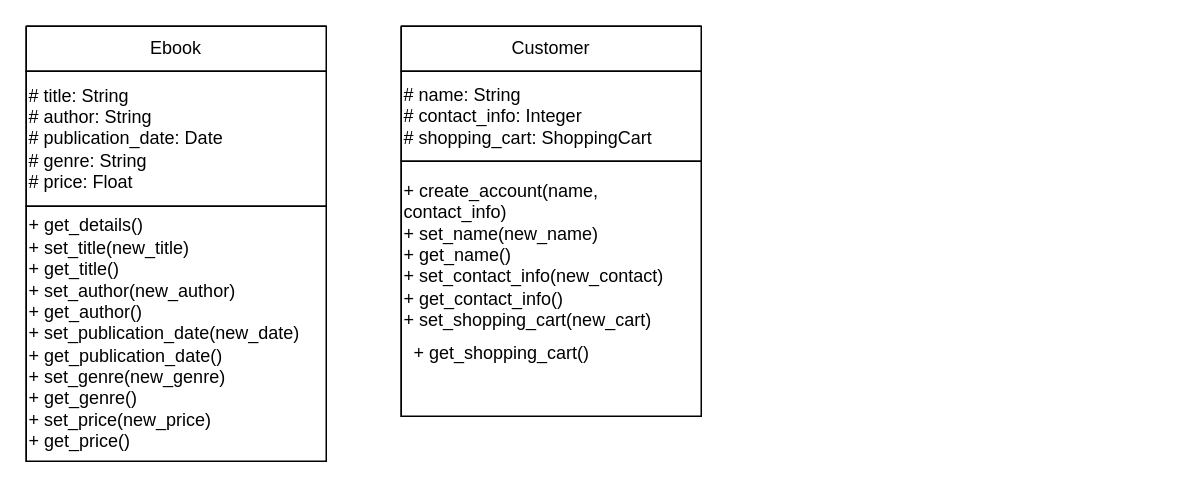
Above: A2 class 1.drawio in Ali-Ahmad-Hassan/assignment-2 (draw.io), before the change. Source tidied: cells renumbered, new cells numbered last; positions are measured from the earlier drawing's top-left corner, leaving out a move shared by most shapes. Both pictures are drawn from the tidied source at 150%, with x=0, y=0 at pixel (26, 26).
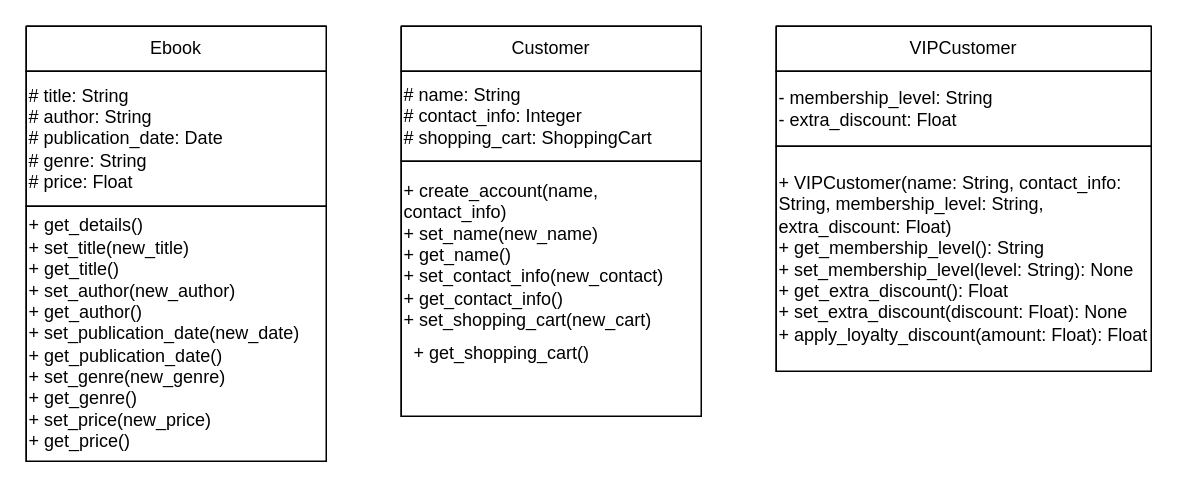
Above is the later version.

Change to the diagram source:
```diff
@@
 <mxGraphModel>
   <root>
     <mxCell id="0" />
     <mxCell id="1" parent="0" />
     <mxCell id="2" style="swimlane;startSize=0;" parent="1" vertex="1">
       <mxGeometry width="200" height="290" as="geometry" />
     </mxCell>
     <mxCell id="3" value="Ebook" style="rounded=0;whiteSpace=wrap;html=1;" parent="2" vertex="1">
       <mxGeometry width="200" height="30" as="geometry" />
     </mxCell>
     <mxCell id="4" value="# title: String&amp;nbsp;&lt;div&gt;# author: String&lt;/div&gt;&lt;div&gt;# publication_date: Date&lt;/div&gt;&lt;div&gt;# genre: String&lt;/div&gt;&lt;div&gt;# price: Float&lt;/div&gt;" style="rounded=0;whiteSpace=wrap;html=1;align=left;" parent="2" vertex="1">
       <mxGeometry y="30" width="200" height="90" as="geometry" />
     </mxCell>
     <mxCell id="5" value="&lt;font face=&quot;Helvetica&quot; style=&quot;font-size: 12px;&quot;&gt;+&amp;nbsp;&lt;span style=&quot;&quot; id=&quot;docs-internal-guid-1a1e6c46-7fff-6a24-c08f-9612e7744d96&quot;&gt;&lt;span style=&quot;background-color: transparent; font-variant-numeric: normal; font-variant-east-asian: normal; font-variant-alternates: normal; font-variant-position: normal; vertical-align: baseline; white-space-collapse: preserve;&quot;&gt;get_details()&lt;/span&gt;&lt;/span&gt;&lt;/font&gt;&lt;div style=&quot;&quot;&gt;&lt;font face=&quot;Helvetica&quot; style=&quot;font-size: 12px;&quot;&gt;&lt;span style=&quot;background-color: transparent; font-variant-numeric: normal; font-variant-east-asian: normal; font-variant-alternates: normal; font-variant-position: normal; vertical-align: baseline; white-space-collapse: preserve;&quot;&gt;+ &lt;/span&gt;&lt;span style=&quot;background-color: transparent; white-space-collapse: preserve;&quot;&gt;set_title(new_title)&lt;/span&gt;&lt;/font&gt;&lt;/div&gt;&lt;div style=&quot;&quot;&gt;&lt;font face=&quot;Helvetica&quot; style=&quot;font-size: 12px;&quot;&gt;&lt;span style=&quot;background-color: transparent; white-space-collapse: preserve;&quot;&gt;+ &lt;/span&gt;&lt;span style=&quot;background-color: transparent; white-space-collapse: preserve;&quot;&gt;get_title()&lt;/span&gt;&lt;/font&gt;&lt;/div&gt;&lt;div style=&quot;&quot;&gt;&lt;font face=&quot;Helvetica&quot; style=&quot;font-size: 12px;&quot;&gt;&lt;span style=&quot;background-color: transparent; white-space-collapse: preserve;&quot;&gt;+ &lt;/span&gt;&lt;span style=&quot;background-color: transparent; white-space-collapse: preserve;&quot;&gt;set_author(new_author)&lt;/span&gt;&lt;/font&gt;&lt;/div&gt;&lt;div style=&quot;&quot;&gt;&lt;font face=&quot;Helvetica&quot; style=&quot;font-size: 12px;&quot;&gt;&lt;span style=&quot;background-color: transparent; white-space-collapse: preserve;&quot;&gt;+ &lt;/span&gt;&lt;span style=&quot;background-color: transparent; white-space-collapse: preserve;&quot;&gt;get_author()&lt;/span&gt;&lt;/font&gt;&lt;/div&gt;&lt;div style=&quot;&quot;&gt;&lt;font face=&quot;Helvetica&quot; style=&quot;font-size: 12px;&quot;&gt;&lt;span style=&quot;background-color: transparent; white-space-collapse: preserve;&quot;&gt;+ &lt;/span&gt;&lt;span style=&quot;background-color: transparent; white-space-collapse: preserve;&quot;&gt;set_publication_date(new_date)&lt;/span&gt;&lt;/font&gt;&lt;/div&gt;&lt;div style=&quot;&quot;&gt;&lt;font face=&quot;Helvetica&quot; style=&quot;font-size: 12px;&quot;&gt;&lt;span style=&quot;background-color: transparent; white-space-collapse: preserve;&quot;&gt;+ &lt;/span&gt;&lt;span style=&quot;background-color: transparent; white-space-collapse: preserve;&quot;&gt;get_publication_date()&lt;/span&gt;&lt;/font&gt;&lt;/div&gt;&lt;div style=&quot;&quot;&gt;&lt;font face=&quot;Helvetica&quot; style=&quot;font-size: 12px;&quot;&gt;&lt;span style=&quot;background-color: transparent; white-space-collapse: preserve;&quot;&gt;+ &lt;/span&gt;&lt;span style=&quot;background-color: transparent; white-space-collapse: preserve;&quot;&gt;set_genre(new_genre)&lt;/span&gt;&lt;/font&gt;&lt;/div&gt;&lt;div style=&quot;&quot;&gt;&lt;font face=&quot;Helvetica&quot; style=&quot;font-size: 12px;&quot;&gt;&lt;span style=&quot;background-color: transparent; white-space-collapse: preserve;&quot;&gt;+ &lt;/span&gt;&lt;span style=&quot;background-color: transparent; white-space-collapse: preserve;&quot;&gt;get_genre()&lt;/span&gt;&lt;/font&gt;&lt;/div&gt;&lt;div style=&quot;&quot;&gt;&lt;font face=&quot;Helvetica&quot; style=&quot;font-size: 12px;&quot;&gt;&lt;span style=&quot;background-color: transparent; white-space-collapse: preserve;&quot;&gt;+ &lt;/span&gt;&lt;span style=&quot;background-color: transparent; white-space-collapse: preserve;&quot;&gt;set_price(new_price)&lt;/span&gt;&lt;/font&gt;&lt;/div&gt;&lt;div style=&quot;&quot;&gt;&lt;font face=&quot;Helvetica&quot; style=&quot;font-size: 12px;&quot;&gt;&lt;span style=&quot;background-color: transparent; white-space-collapse: preserve;&quot;&gt;+ &lt;/span&gt;&lt;span style=&quot;background-color: transparent; white-space-collapse: preserve;&quot;&gt;get_price()&lt;/span&gt;&lt;/font&gt;&lt;/div&gt;" style="rounded=0;whiteSpace=wrap;html=1;align=left;" parent="2" vertex="1">
       <mxGeometry y="120" width="200" height="170" as="geometry" />
     </mxCell>
     <mxCell id="6" style="swimlane;startSize=0;" parent="1" vertex="1">
       <mxGeometry x="250" width="200" height="260" as="geometry" />
     </mxCell>
     <mxCell id="7" value="Customer" style="rounded=0;whiteSpace=wrap;html=1;" parent="6" vertex="1">
       <mxGeometry width="200" height="30" as="geometry" />
     </mxCell>
     <mxCell id="8" value="# name: String&lt;div&gt;# contact_info: Integer&lt;/div&gt;&lt;div&gt;# shopping_cart: ShoppingCart&lt;/div&gt;" style="rounded=0;whiteSpace=wrap;html=1;align=left;" parent="6" vertex="1">
       <mxGeometry y="30" width="200" height="60" as="geometry" />
     </mxCell>
     <mxCell id="9" value="&lt;span style=&quot;&quot; id=&quot;docs-internal-guid-0524c596-7fff-9ad3-25b6-cd9ffc0817da&quot;&gt;&lt;span style=&quot;background-color: transparent; font-variant-numeric: normal; font-variant-east-asian: normal; font-variant-alternates: normal; font-variant-position: normal; vertical-align: baseline; white-space-collapse: preserve;&quot;&gt;&lt;font face=&quot;Helvetica&quot; style=&quot;font-size: 12px;&quot;&gt;+ create_account(name, contact_info)&lt;/font&gt;&lt;/span&gt;&lt;/span&gt;&lt;div style=&quot;&quot;&gt;&lt;font style=&quot;font-size: 12px;&quot;&gt;&lt;span style=&quot;background-color: transparent; font-variant-numeric: normal; font-variant-east-asian: normal; font-variant-alternates: normal; font-variant-position: normal; vertical-align: baseline; white-space-collapse: preserve;&quot;&gt;+ &lt;/span&gt;&lt;span style=&quot;background-color: transparent; white-space-collapse: preserve;&quot;&gt;set_name(new_name)&lt;/span&gt;&lt;/font&gt;&lt;/div&gt;&lt;div style=&quot;&quot;&gt;&lt;font face=&quot;Helvetica&quot; style=&quot;font-size: 12px;&quot;&gt;&lt;span style=&quot;background-color: transparent; white-space-collapse: preserve;&quot;&gt;+ &lt;/span&gt;&lt;span style=&quot;background-color: transparent; white-space-collapse: preserve;&quot;&gt;get_name()&lt;/span&gt;&lt;/font&gt;&lt;/div&gt;&lt;div style=&quot;&quot;&gt;&lt;font face=&quot;Helvetica&quot; style=&quot;font-size: 12px;&quot;&gt;&lt;span style=&quot;background-color: transparent; white-space-collapse: preserve;&quot;&gt;+ &lt;/span&gt;&lt;span style=&quot;background-color: transparent; white-space-collapse: preserve;&quot;&gt;set_contact_info(new_contact)&lt;/span&gt;&lt;/font&gt;&lt;/div&gt;&lt;div style=&quot;&quot;&gt;&lt;font face=&quot;Helvetica&quot; style=&quot;font-size: 12px;&quot;&gt;&lt;span style=&quot;background-color: transparent; white-space-collapse: preserve;&quot;&gt;+ &lt;/span&gt;&lt;span style=&quot;background-color: transparent; white-space-collapse: preserve;&quot;&gt;get_contact_info()&lt;/span&gt;&lt;/font&gt;&lt;/div&gt;&lt;div style=&quot;&quot;&gt;&lt;font face=&quot;Helvetica&quot; style=&quot;font-size: 12px;&quot;&gt;&lt;span style=&quot;background-color: transparent; white-space-collapse: preserve;&quot;&gt;+ &lt;/span&gt;&lt;span style=&quot;background-color: transparent; white-space-collapse: preserve;&quot;&gt;set_shopping_cart(new_cart)&lt;/span&gt;&lt;/font&gt;&lt;/div&gt;&lt;div style=&quot;&quot;&gt;&lt;table style=&quot;background-color: initial; border: none; border-collapse: collapse;&quot;&gt;&lt;colgroup&gt;&lt;col width=&quot;151&quot;&gt;&lt;/colgroup&gt;&lt;tbody&gt;&lt;tr style=&quot;height:22.75pt&quot;&gt;&lt;td style=&quot;vertical-align:top;padding:5pt 5pt 5pt 5pt;overflow:hidden;overflow-wrap:break-word;&quot;&gt;&lt;p style=&quot;line-height:1.38;margin-top:0pt;margin-bottom:0pt;&quot; dir=&quot;ltr&quot;&gt;&lt;span style=&quot;background-color: transparent; white-space-collapse: preserve;&quot;&gt;+ get_shopping_cart()&lt;/span&gt;&lt;/p&gt;&lt;/td&gt;&lt;/tr&gt;&lt;/tbody&gt;&lt;/table&gt;&lt;/div&gt;&lt;span style=&quot;&quot; id=&quot;docs-internal-guid-84015591-7fff-473b-430e-a53e8fe508b6&quot;&gt;&lt;br&gt;&lt;/span&gt;" style="rounded=0;whiteSpace=wrap;html=1;align=left;" parent="6" vertex="1">
       <mxGeometry y="90" width="200" height="170" as="geometry" />
     </mxCell>
+    <mxCell id="10" style="swimlane;startSize=0;" parent="1" vertex="1">
+      <mxGeometry x="500" width="250" height="230" as="geometry" />
+    </mxCell>
+    <mxCell id="11" value="VIPCustomer" style="rounded=0;whiteSpace=wrap;html=1;" parent="10" vertex="1">
+      <mxGeometry width="250" height="30" as="geometry" />
+    </mxCell>
+    <mxCell id="12" style="edgeStyle=orthogonalEdgeStyle;rounded=0;jettySize=auto;html=1;" parent="10" edge="1" source="13" target="14">
+      <mxGeometry relative="1" as="geometry" />
+    </mxCell>
+    <mxCell id="13" value="- membership_level: String&lt;div&gt;- extra_discount: Float&lt;/div&gt;" style="rounded=0;whiteSpace=wrap;html=1;align=left;" parent="10" vertex="1">
+      <mxGeometry y="30" width="250" height="50" as="geometry" />
+    </mxCell>
+    <mxCell id="14" value="&lt;span style=&quot;&quot; id=&quot;docs-internal-guid-84015591-7fff-473b-430e-a53e8fe508b6&quot;&gt;&lt;span class=&quot;hljs-addition&quot;&gt;+ VIPCustomer(name: String, contact_info: String, membership_level: String, extra_discount: Float)&lt;/span&gt;&lt;br/&gt;&lt;span class=&quot;hljs-addition&quot;&gt;+ get_membership_level(): String&lt;/span&gt;&lt;br/&gt;&lt;span class=&quot;hljs-addition&quot;&gt;+ set_membership_level(level: String): None&lt;/span&gt;&lt;br/&gt;&lt;span class=&quot;hljs-addition&quot;&gt;+ get_extra_discount(): Float&lt;/span&gt;&lt;br/&gt;&lt;span class=&quot;hljs-addition&quot;&gt;+ set_extra_discount(discount: Float): None&lt;/span&gt;&lt;br/&gt;&lt;span class=&quot;hljs-addition&quot;&gt;+ apply_loyalty_discount(amount: Float): Float&lt;/span&gt;&lt;/span&gt;" style="rounded=0;whiteSpace=wrap;html=1;align=left;" parent="10" vertex="1">
+      <mxGeometry y="80" width="250" height="150" as="geometry" />
+    </mxCell>
   </root>
 </mxGraphModel>
```
